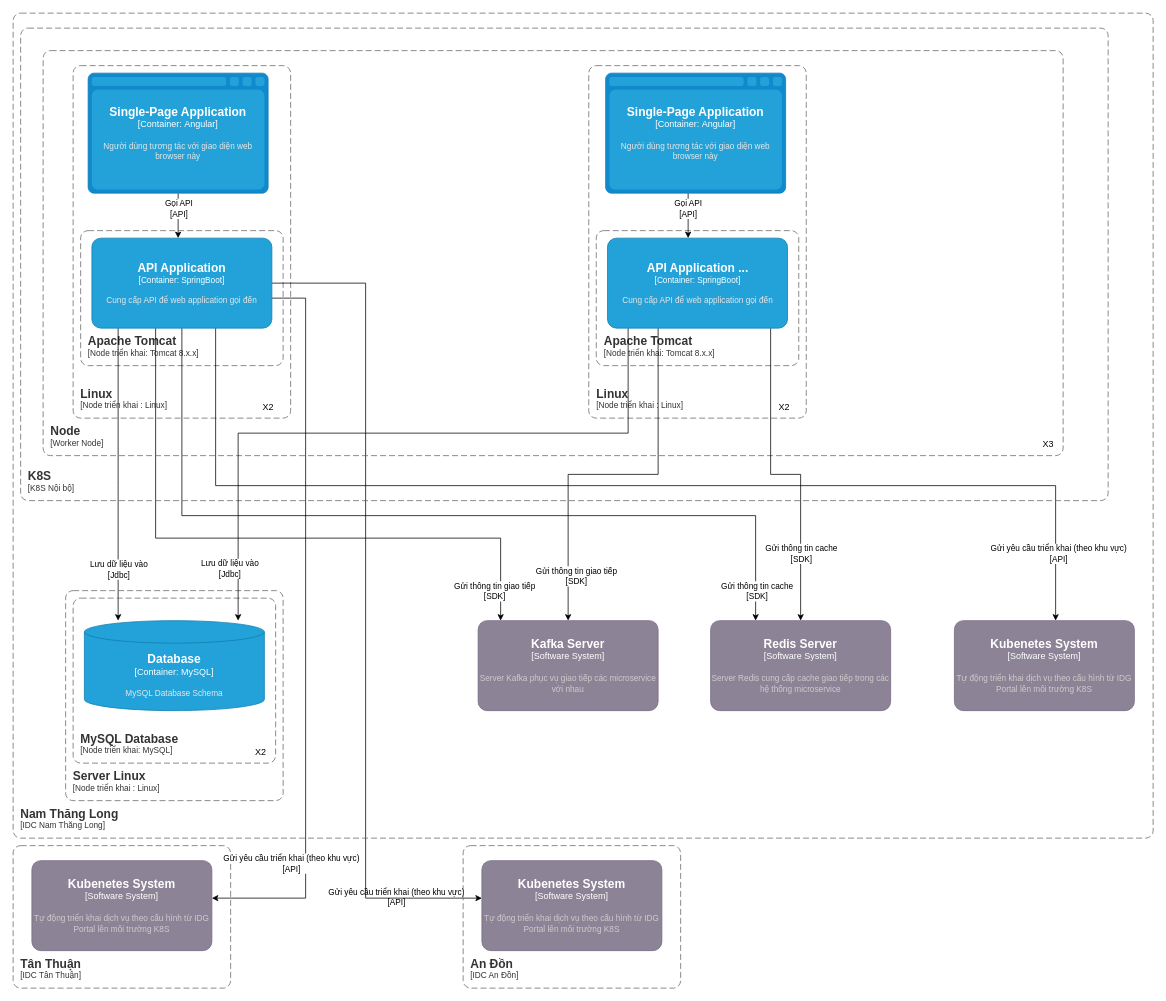
Above: IdgPortal-Deployment.drawio in dangngocsoncntt/draw.io (draw.io), before the change. Source tidied: cells renumbered, new cells numbered last; positions are measured from the earlier drawing's top-left corner, leaving out a move shared by most shapes. Both pictures are drawn from the tidied source at 75%, with x=0, y=0 at pixel (13, 13).
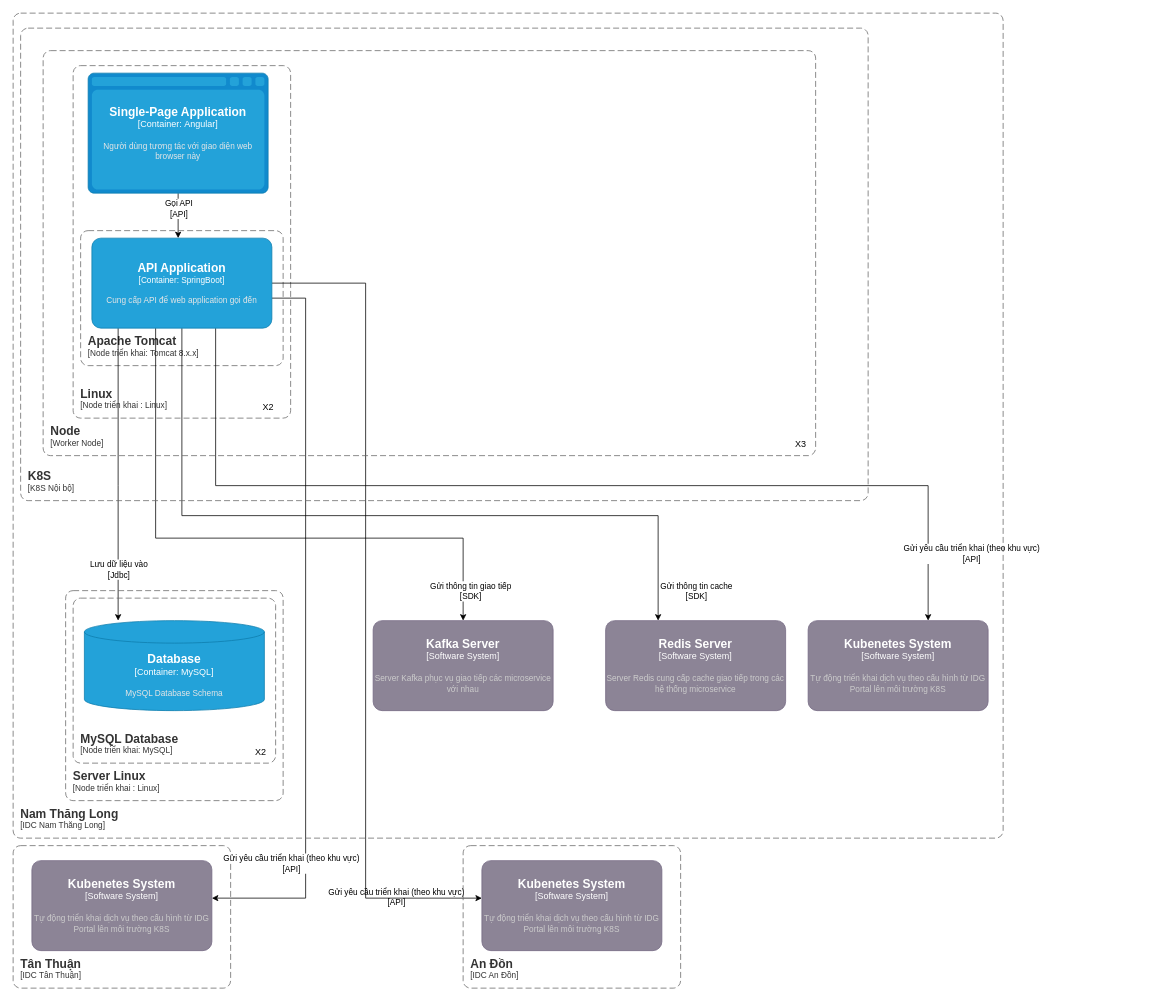
Above is the later version.

Unchanged cells that the change refers to:
```xml
<object id="19" label="&lt;font style=&quot;font-size: 16px&quot;&gt;&lt;b&gt;%c4Name%&lt;/b&gt;&lt;/font&gt;&lt;div&gt;[%c4Type%: %c4Technology%]&lt;/div&gt;&lt;br&gt;&lt;div&gt;&lt;font style=&quot;font-size: 11px&quot;&gt;&lt;font color=&quot;#E6E6E6&quot;&gt;%c4Description%&lt;/font&gt;&lt;/div&gt;" c4Description="Cung cấp API để web application gọi đến " c4Name="API Application" c4Technology="SpringBoot" c4Type="Container" placeholders="1">
  <mxCell style="rounded=1;whiteSpace=wrap;html=1;fontSize=11;labelBackgroundColor=none;fillColor=#23A2D9;fontColor=#ffffff;align=center;arcSize=10;strokeColor=#0E7DAD;points=[[0.25,0,0],[0.5,0,0],[0.75,0,0],[1,0.25,0],[1,0.5,0],[1,0.75,0],[0.75,1,0],[0.5,1,0],[0.25,1,0],[0,0.75,0],[0,0.5,0],[0,0.25,0]];" parent="1" vertex="1">
    <mxGeometry x="105" y="300" width="240" height="120" as="geometry" />
  </mxCell>
</object>
<object id="22" label="&lt;font style=&quot;font-size: 16px&quot;&gt;&lt;b&gt;%c4Type%&lt;/b&gt;&lt;/font&gt;&lt;div&gt;[%c4Container%:&amp;nbsp;%c4Technology%]&lt;/div&gt;&lt;br&gt;&lt;div&gt;&lt;font style=&quot;font-size: 11px&quot;&gt;&lt;font color=&quot;#E6E6E6&quot;&gt;%c4Description%&lt;/font&gt;&lt;/div&gt;" c4Container="Container" c4Description="MySQL Database Schema" c4Technology="MySQL" c4Type="Database" placeholders="1">
  <mxCell style="shape=cylinder3;size=15;whiteSpace=wrap;html=1;boundedLbl=1;rounded=0;labelBackgroundColor=none;fillColor=#23A2D9;fontSize=12;fontColor=#ffffff;align=center;strokeColor=#0E7DAD;points=[[0.5,0,0],[1,0.25,0],[1,0.5,0],[1,0.75,0],[0.5,1,0],[0,0.75,0],[0,0.5,0],[0,0.25,0]];" parent="1" vertex="1">
    <mxGeometry x="95" y="810" width="240" height="120" as="geometry" />
  </mxCell>
</object>
```

What changed in the source:
```diff
@@
     <mxCell id="9" style="edgeStyle=orthogonalEdgeStyle;rounded=0;jettySize=auto;html=1;" parent="1" edge="1" source="19" target="29">
       <mxGeometry relative="1" as="geometry">
         <Array as="points">
           <mxPoint x="190" y="700" />
-          <mxPoint x="650" y="700" />
+          <mxPoint x="600" y="700" />
         </Array>
       </mxGeometry>
     </mxCell>
@@
     <mxCell id="11" style="edgeStyle=orthogonalEdgeStyle;rounded=0;jettySize=auto;html=1;" parent="1" edge="1" source="19" target="30">
       <mxGeometry relative="1" as="geometry">
         <Array as="points">
           <mxPoint x="225" y="670" />
-          <mxPoint x="990" y="670" />
+          <mxPoint x="860" y="670" />
         </Array>
       </mxGeometry>
     </mxCell>
@@
     <mxCell id="13" style="edgeStyle=orthogonalEdgeStyle;rounded=0;jettySize=auto;html=1;" parent="1" edge="1" source="19" target="31">
       <mxGeometry relative="1" as="geometry">
         <Array as="points">
           <mxPoint x="270" y="630" />
-          <mxPoint x="1390" y="630" />
+          <mxPoint x="1220" y="630" />
         </Array>
       </mxGeometry>
     </mxCell>
@@
     <object id="25" label="&lt;font style=&quot;font-size: 16px&quot;&gt;&lt;b&gt;&lt;div style=&quot;text-align: left&quot;&gt;%c4Name%&lt;/div&gt;&lt;/b&gt;&lt;/font&gt;&lt;div style=&quot;text-align: left&quot;&gt;[%c4Application%]&lt;/div&gt;" c4Application="Worker Node" c4Name="Node" placeholders="1">
       <mxCell style="rounded=1;fontSize=11;whiteSpace=wrap;html=1;dashed=1;arcSize=20;fillColor=none;strokeColor=#666666;fontColor=#333333;labelBackgroundColor=none;align=left;verticalAlign=bottom;labelBorderColor=none;spacingTop=0;spacing=10;dashPattern=8 4;perimeter=rectanglePerimeter;noLabel=0;labelPadding=0;absoluteArcSize=1;" parent="1" vertex="1">
-        <mxGeometry x="40" y="50" width="1360" height="540" as="geometry" />
+        <mxGeometry x="40" y="50" width="1030" height="540" as="geometry" />
       </mxCell>
     </object>
     <object id="26" label="&lt;font style=&quot;font-size: 16px&quot;&gt;&lt;b&gt;&lt;div style=&quot;text-align: left&quot;&gt;%c4Name%&lt;/div&gt;&lt;/b&gt;&lt;/font&gt;&lt;div style=&quot;text-align: left&quot;&gt;[%c4Application%]&lt;/div&gt;" c4Application="K8S Nội bộ" c4Name="K8S" placeholders="1">
       <mxCell style="rounded=1;fontSize=11;whiteSpace=wrap;html=1;dashed=1;arcSize=20;fillColor=none;strokeColor=#666666;fontColor=#333333;labelBackgroundColor=none;align=left;verticalAlign=bottom;labelBorderColor=none;spacingTop=0;spacing=10;dashPattern=8 4;perimeter=rectanglePerimeter;noLabel=0;labelPadding=0;absoluteArcSize=1;" parent="1" vertex="1">
-        <mxGeometry x="10" y="20" width="1450" height="630" as="geometry" />
+        <mxGeometry x="10" y="20" width="1130" height="630" as="geometry" />
       </mxCell>
     </object>
     <mxCell id="27" value="X3" style="text;html=1;align=center;verticalAlign=middle;strokeColor=none;fillColor=none;" parent="1" vertex="1">
-      <mxGeometry x="1360" y="560" width="40" height="30" as="geometry" />
+      <mxGeometry x="1030" y="560" width="40" height="30" as="geometry" />
     </mxCell>
     <object id="28" label="&lt;font style=&quot;font-size: 16px&quot;&gt;&lt;b&gt;&lt;div style=&quot;text-align: left&quot;&gt;%c4Name%&lt;/div&gt;&lt;/b&gt;&lt;/font&gt;&lt;div style=&quot;text-align: left&quot;&gt;[%c4Application%]&lt;/div&gt;" c4Application="IDC Nam Thăng Long" c4Name="Nam Thăng Long" placeholders="1">
       <mxCell style="rounded=1;fontSize=11;whiteSpace=wrap;html=1;dashed=1;arcSize=20;fillColor=none;strokeColor=#666666;fontColor=#333333;labelBackgroundColor=none;align=left;verticalAlign=bottom;labelBorderColor=none;spacingTop=0;spacing=10;dashPattern=8 4;perimeter=rectanglePerimeter;noLabel=0;labelPadding=0;absoluteArcSize=1;" parent="1" vertex="1">
-        <mxGeometry width="1520" height="1100" as="geometry" />
+        <mxGeometry width="1320" height="1100" as="geometry" />
       </mxCell>
     </object>
     <object id="29" label="&lt;font style=&quot;font-size: 16px&quot;&gt;&lt;b&gt;%c4Name%&lt;/b&gt;&lt;/font&gt;&lt;div&gt;[%c4Type%]&lt;/div&gt;&lt;br&gt;&lt;div&gt;&lt;font style=&quot;font-size: 11px&quot;&gt;&lt;font color=&quot;#cccccc&quot;&gt;%c4Description%&lt;/font&gt;&lt;/div&gt;" c4Description="Server Kafka phục vụ giao tiếp các microservice với nhau" c4Name="Kafka Server" c4Type="Software System" placeholders="1">
       <mxCell style="rounded=1;whiteSpace=wrap;html=1;labelBackgroundColor=none;fillColor=#8C8496;fontColor=#ffffff;align=center;arcSize=10;strokeColor=#736782;points=[[0.25,0,0],[0.5,0,0],[0.75,0,0],[1,0.25,0],[1,0.5,0],[1,0.75,0],[0.75,1,0],[0.5,1,0],[0.25,1,0],[0,0.75,0],[0,0.5,0],[0,0.25,0]];" parent="1" vertex="1">
-        <mxGeometry x="620" y="810" width="240" height="120" as="geometry" />
+        <mxGeometry x="480" y="810" width="240" height="120" as="geometry" />
       </mxCell>
     </object>
     <object id="30" label="&lt;font style=&quot;font-size: 16px&quot;&gt;&lt;b&gt;%c4Name%&lt;/b&gt;&lt;/font&gt;&lt;div&gt;[%c4Type%]&lt;/div&gt;&lt;br&gt;&lt;div&gt;&lt;font style=&quot;font-size: 11px&quot;&gt;&lt;font color=&quot;#cccccc&quot;&gt;%c4Description%&lt;/font&gt;&lt;/div&gt;" c4Description="Server Redis cung cấp cache giao tiếp trong các hệ thống microservice" c4Name="Redis Server" c4Type="Software System" placeholders="1">
       <mxCell style="rounded=1;whiteSpace=wrap;html=1;labelBackgroundColor=none;fillColor=#8C8496;fontColor=#ffffff;align=center;arcSize=10;strokeColor=#736782;points=[[0.25,0,0],[0.5,0,0],[0.75,0,0],[1,0.25,0],[1,0.5,0],[1,0.75,0],[0.75,1,0],[0.5,1,0],[0.25,1,0],[0,0.75,0],[0,0.5,0],[0,0.25,0]];" parent="1" vertex="1">
-        <mxGeometry x="930" y="810" width="240" height="120" as="geometry" />
+        <mxGeometry x="790" y="810" width="240" height="120" as="geometry" />
       </mxCell>
     </object>
     <object id="31" label="&lt;font style=&quot;font-size: 16px&quot;&gt;&lt;b&gt;%c4Name%&lt;/b&gt;&lt;/font&gt;&lt;div&gt;[%c4Type%]&lt;/div&gt;&lt;br&gt;&lt;div&gt;&lt;font style=&quot;font-size: 11px&quot;&gt;&lt;font color=&quot;#cccccc&quot;&gt;%c4Description%&lt;/font&gt;&lt;/div&gt;" c4Description="Tự động triển khai dịch vụ theo cấu hình từ IDG Portal lên môi trường K8S" c4Name="Kubenetes System" c4Type="Software System" placeholders="1">
       <mxCell style="rounded=1;whiteSpace=wrap;html=1;labelBackgroundColor=none;fillColor=#8C8496;fontColor=#ffffff;align=center;arcSize=10;strokeColor=#736782;points=[[0.25,0,0],[0.5,0,0],[0.75,0,0],[1,0.25,0],[1,0.5,0],[1,0.75,0],[0.75,1,0],[0.5,1,0],[0.25,1,0],[0,0.75,0],[0,0.5,0],[0,0.25,0]];" parent="1" vertex="1">
-        <mxGeometry x="1255" y="810" width="240" height="120" as="geometry" />
+        <mxGeometry x="1060" y="810" width="240" height="120" as="geometry" />
       </mxCell>
     </object>
@@
-    <object id="34" label="&lt;font style=&quot;font-size: 16px&quot;&gt;&lt;b&gt;&lt;div style=&quot;text-align: left&quot;&gt;%c4Name%&lt;/div&gt;&lt;/b&gt;&lt;/font&gt;&lt;div style=&quot;text-align: left&quot;&gt;[%c4Application%]&lt;/div&gt;" c4Application="Node triển khai: Tomcat 8.x.x" c4Name="Apache Tomcat" placeholders="1">
-      <mxCell style="rounded=1;fontSize=11;whiteSpace=wrap;html=1;dashed=1;arcSize=20;fillColor=none;strokeColor=#666666;fontColor=#333333;labelBackgroundColor=none;align=left;verticalAlign=bottom;labelBorderColor=none;spacingTop=0;spacing=10;dashPattern=8 4;perimeter=rectanglePerimeter;noLabel=0;labelPadding=0;absoluteArcSize=1;" parent="1" vertex="1">
-        <mxGeometry x="777.5" y="290" width="270" height="180" as="geometry" />
-      </mxCell>
-    </object>
-    <object id="35" label="&lt;font style=&quot;font-size: 16px&quot;&gt;&lt;b&gt;&lt;div style=&quot;text-align: left&quot;&gt;%c4Name%&lt;/div&gt;&lt;/b&gt;&lt;/font&gt;&lt;div style=&quot;text-align: left&quot;&gt;[%c4Application%]&lt;/div&gt;" c4Application="Node triển khai : Linux" c4Name="Linux" placeholders="1">
-      <mxCell style="rounded=1;fontSize=11;whiteSpace=wrap;html=1;dashed=1;arcSize=20;fillColor=none;strokeColor=#666666;fontColor=#333333;labelBackgroundColor=none;align=left;verticalAlign=bottom;labelBorderColor=none;spacingTop=0;spacing=10;dashPattern=8 4;perimeter=rectanglePerimeter;noLabel=0;labelPadding=0;absoluteArcSize=1;" parent="1" vertex="1">
-        <mxGeometry x="767.5" y="70" width="290" height="470" as="geometry" />
-      </mxCell>
-    </object>
-    <mxCell id="36" style="edgeStyle=orthogonalEdgeStyle;rounded=0;jettySize=auto;html=1;" parent="1" edge="1" source="42" target="29">
-      <mxGeometry relative="1" as="geometry">
-        <Array as="points">
-          <mxPoint x="860" y="615" />
-          <mxPoint x="740" y="615" />
-        </Array>
-      </mxGeometry>
-    </mxCell>
-    <mxCell id="37" value="Gửi thông tin giao tiếp&lt;br style=&quot;border-color: var(--border-color);&quot;&gt;[SDK]" style="edgeLabel;html=1;align=center;verticalAlign=middle;" parent="36" vertex="1">
-      <mxGeometry x="0.51" relative="1" as="geometry">
-        <mxPoint x="10" y="65" as="offset" />
-      </mxGeometry>
-    </mxCell>
-    <mxCell id="38" style="edgeStyle=orthogonalEdgeStyle;rounded=0;jettySize=auto;html=1;" parent="1" edge="1" source="42" target="30">
-      <mxGeometry relative="1" as="geometry">
-        <Array as="points">
-          <mxPoint x="1010" y="615" />
-          <mxPoint x="1050" y="615" />
-        </Array>
-      </mxGeometry>
-    </mxCell>
-    <mxCell id="39" value="Gửi thông tin cache&lt;br style=&quot;border-color: var(--border-color);&quot;&gt;[SDK]" style="edgeLabel;html=1;align=center;verticalAlign=middle;" parent="38" vertex="1">
-      <mxGeometry x="0.53" y="2" relative="1" as="geometry">
-        <mxPoint x="-2" y="11" as="offset" />
-      </mxGeometry>
-    </mxCell>
-    <mxCell id="40" style="edgeStyle=orthogonalEdgeStyle;rounded=0;jettySize=auto;html=1;" parent="1" edge="1" source="42" target="22">
-      <mxGeometry relative="1" as="geometry">
-        <Array as="points">
-          <mxPoint x="820" y="560" />
-          <mxPoint x="300" y="560" />
-        </Array>
-      </mxGeometry>
-    </mxCell>
-    <mxCell id="41" value="Lưu dữ liệu vào&lt;br style=&quot;border-color: var(--border-color);&quot;&gt;[Jdbc]" style="edgeLabel;html=1;align=center;verticalAlign=middle;" parent="40" vertex="1">
-      <mxGeometry x="-0.28" y="-3" relative="1" as="geometry">
-        <mxPoint x="-344" y="183" as="offset" />
-      </mxGeometry>
-    </mxCell>
-    <object id="42" label="&lt;font style=&quot;font-size: 16px&quot;&gt;&lt;b&gt;%c4Name%&lt;/b&gt;&lt;/font&gt;&lt;div&gt;[%c4Type%: %c4Technology%]&lt;/div&gt;&lt;br&gt;&lt;div&gt;&lt;font style=&quot;font-size: 11px&quot;&gt;&lt;font color=&quot;#E6E6E6&quot;&gt;%c4Description%&lt;/font&gt;&lt;/div&gt;" c4Description="Cung cấp API để web application gọi đến " c4Name="API Application ..." c4Technology="SpringBoot" c4Type="Container" placeholders="1">
-      <mxCell style="rounded=1;whiteSpace=wrap;html=1;fontSize=11;labelBackgroundColor=none;fillColor=#23A2D9;fontColor=#ffffff;align=center;arcSize=10;strokeColor=#0E7DAD;points=[[0.25,0,0],[0.5,0,0],[0.75,0,0],[1,0.25,0],[1,0.5,0],[1,0.75,0],[0.75,1,0],[0.5,1,0],[0.25,1,0],[0,0.75,0],[0,0.5,0],[0,0.25,0]];" parent="1" vertex="1">
-        <mxGeometry x="792.5" y="300" width="240" height="120" as="geometry" />
-      </mxCell>
-    </object>
-    <mxCell id="43" value="X2" style="text;html=1;align=center;verticalAlign=middle;strokeColor=none;fillColor=none;" parent="1" vertex="1">
-      <mxGeometry x="1007.5" y="510" width="40" height="30" as="geometry" />
-    </mxCell>
-    <mxCell id="44" style="edgeStyle=orthogonalEdgeStyle;rounded=0;jettySize=auto;html=1;" parent="1" edge="1" source="46" target="42">
-      <mxGeometry relative="1" as="geometry">
-        <Array as="points">
-          <mxPoint x="900" y="250" />
-          <mxPoint x="900" y="250" />
-        </Array>
-      </mxGeometry>
-    </mxCell>
-    <mxCell id="45" value="Gọi API&lt;br style=&quot;border-color: var(--border-color);&quot;&gt;[API]" style="edgeLabel;html=1;align=center;verticalAlign=middle;" parent="44" vertex="1">
-      <mxGeometry x="0.2" y="-1" relative="1" as="geometry">
-        <mxPoint y="-16" as="offset" />
-      </mxGeometry>
-    </mxCell>
-    <object id="46" label="&lt;font style=&quot;font-size: 16px&quot;&gt;&lt;b&gt;%c4Type%&lt;/b&gt;&lt;/font&gt;&lt;div&gt;[%c4Container%:&amp;nbsp;%c4Technology%]&lt;/div&gt;&lt;br&gt;&lt;div&gt;&lt;font style=&quot;font-size: 11px&quot;&gt;&lt;font color=&quot;#E6E6E6&quot;&gt;%c4Description%&lt;/font&gt;&lt;/div&gt;" c4Container="Container" c4Description="Người dùng tương tác với giao diện web browser này" c4Technology="Angular" c4Type="Single-Page Application" placeholders="1">
-      <mxCell style="shape=mxgraph.c4.webBrowserContainer2;whiteSpace=wrap;html=1;boundedLbl=1;rounded=0;labelBackgroundColor=none;strokeColor=#118ACD;fillColor=#23A2D9;strokeColor=#118ACD;strokeColor2=#0E7DAD;fontSize=12;fontColor=#ffffff;align=center;points=[[0.5,0,0],[1,0.25,0],[1,0.5,0],[1,0.75,0],[0.5,1,0],[0,0.75,0],[0,0.5,0],[0,0.25,0]];" parent="1" vertex="1">
-        <mxGeometry x="790" y="80" width="240" height="160" as="geometry" />
-      </mxCell>
-    </object>
```
